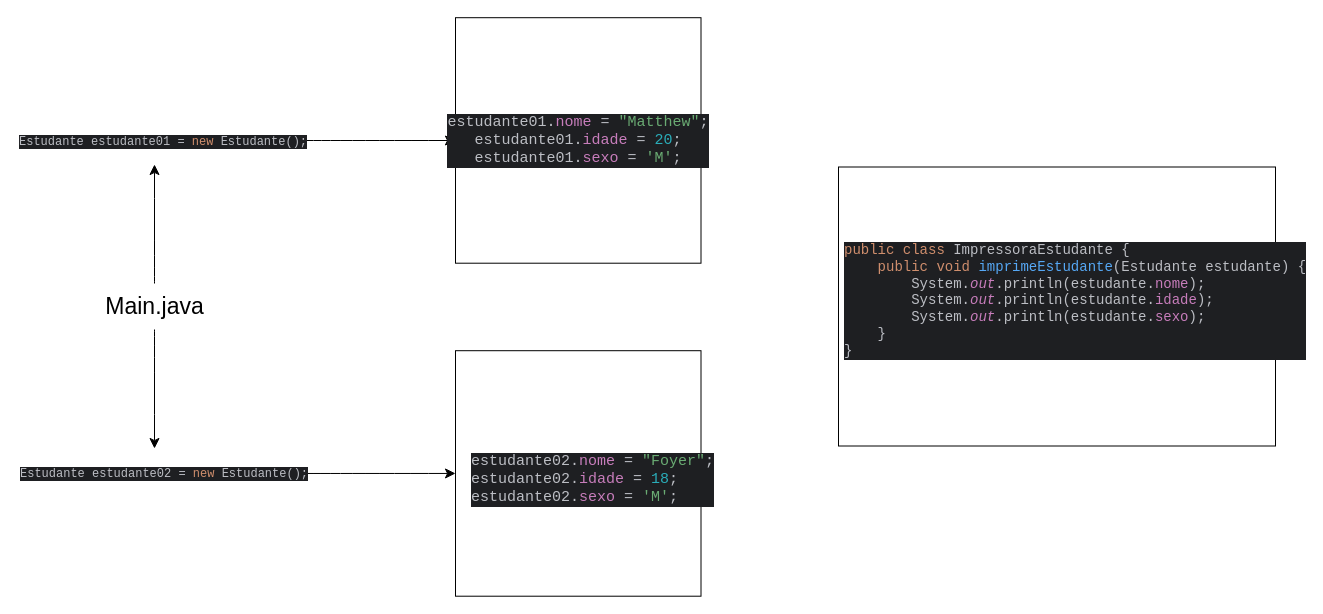
This is parametros_tipo_referencia.drawio from mateus-s-a/Aprendizado-Java, a draw.io file, before an edit. Source tidied: cells renumbered, new cells numbered last; positions are measured from the earlier drawing's top-left corner, leaving out a move shared by most shapes. Both pictures are drawn from the tidied source at 100%, with x=0, y=0 at pixel (17, 17).
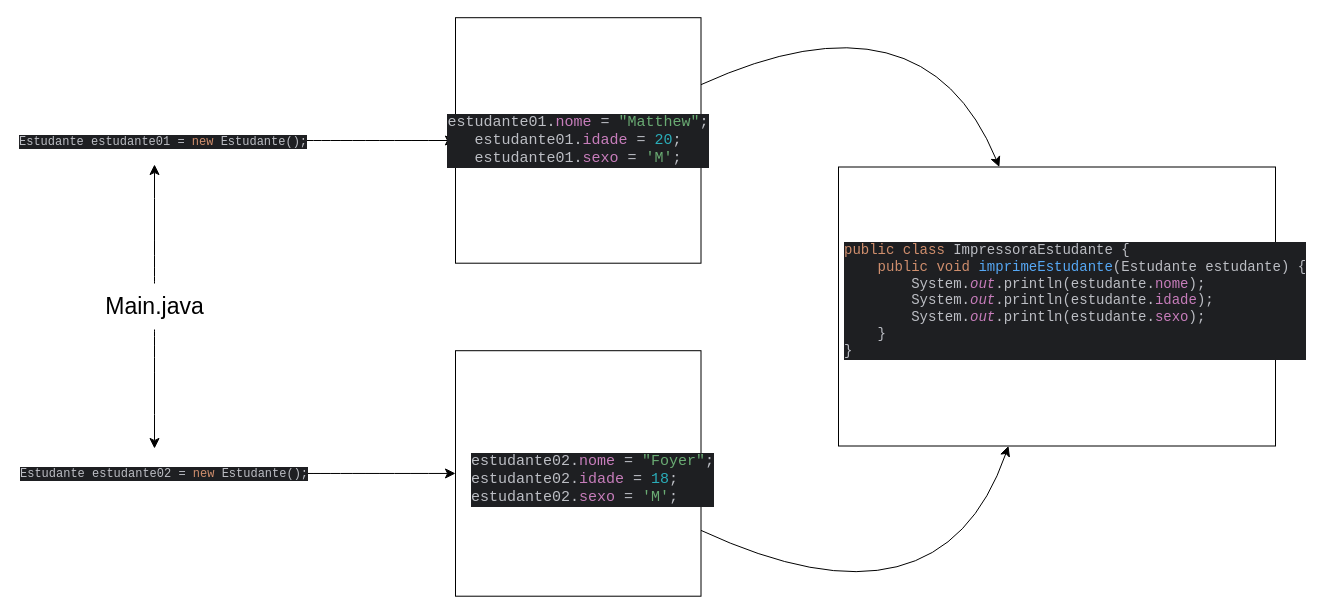
Above is the later version.

The edit, as a diff of the source:
```diff
@@
 <mxGraphModel>
   <root>
     <mxCell id="0" />
     <mxCell id="1" parent="0" />
     <mxCell id="2" style="edgeStyle=none;curved=1;rounded=0;orthogonalLoop=1;jettySize=auto;html=1;fontSize=12;startSize=8;endSize=8;" parent="1" edge="1">
       <mxGeometry relative="1" as="geometry">
         <mxPoint x="274" y="123" as="sourcePoint" />
         <mxPoint x="438" y="123" as="targetPoint" />
       </mxGeometry>
     </mxCell>
     <mxCell id="3" value="&lt;div style=&quot;background-color:#1e1f22;color:#bcbec4&quot;&gt;&lt;pre style=&quot;font-family:'JetBrains Mono',monospace;font-size:9,8pt;&quot;&gt;Estudante estudante01 = &lt;span style=&quot;color:#cf8e6d;&quot;&gt;new &lt;/span&gt;Estudante();&lt;/pre&gt;&lt;/div&gt;" style="text;whiteSpace=wrap;html=1;" parent="1" vertex="1">
       <mxGeometry y="99" width="274" height="48" as="geometry" />
     </mxCell>
     <mxCell id="4" style="edgeStyle=none;curved=1;rounded=0;jettySize=auto;html=1;fontSize=12;startSize=8;endSize=8;entryX=0;entryY=0.5;entryDx=0;entryDy=0;" parent="1" edge="1" source="5" target="7">
       <mxGeometry relative="1" as="geometry" />
     </mxCell>
     <mxCell id="5" value="&lt;div style=&quot;background-color:#1e1f22;color:#bcbec4&quot;&gt;&lt;pre style=&quot;font-family:'JetBrains Mono',monospace;font-size:9,8pt;&quot;&gt;Estudante estudante02 = &lt;span style=&quot;color:#cf8e6d;&quot;&gt;new &lt;/span&gt;Estudante();&lt;br&gt;&lt;/pre&gt;&lt;/div&gt;" style="text;whiteSpace=wrap;html=1;" parent="1" vertex="1">
       <mxGeometry x="0.5" y="431" width="273" height="50" as="geometry" />
     </mxCell>
+    <mxCell id="14" style="edgeStyle=none;curved=1;rounded=0;jettySize=auto;html=1;fontSize=12;startSize=8;endSize=8;" parent="1" edge="1" source="6" target="12">
+      <mxGeometry relative="1" as="geometry">
+        <Array as="points">
+          <mxPoint x="906" y="-34" />
+        </Array>
+      </mxGeometry>
+    </mxCell>
     <mxCell id="6" value="&lt;div style=&quot;background-color: rgb(30, 31, 34); color: rgb(188, 190, 196);&quot;&gt;&lt;pre style=&quot;font-family:'JetBrains Mono',monospace;font-size:9,8pt;&quot;&gt;&lt;font style=&quot;font-size: 15px;&quot;&gt;estudante01.&lt;span style=&quot;color: rgb(199, 125, 187);&quot;&gt;nome &lt;/span&gt;= &lt;span style=&quot;color: rgb(106, 171, 115);&quot;&gt;&quot;Matthew&quot;&lt;/span&gt;;&lt;br&gt;estudante01.&lt;span style=&quot;color: rgb(199, 125, 187);&quot;&gt;idade &lt;/span&gt;= &lt;span style=&quot;color: rgb(42, 172, 184);&quot;&gt;20&lt;/span&gt;;&lt;br&gt;estudante01.&lt;span style=&quot;color: rgb(199, 125, 187);&quot;&gt;sexo &lt;/span&gt;= &lt;span style=&quot;color: rgb(106, 171, 115);&quot;&gt;'M'&lt;/span&gt;;&lt;/font&gt;&lt;/pre&gt;&lt;/div&gt;" style="whiteSpace=wrap;html=1;" parent="1" vertex="1">
       <mxGeometry x="438" y="0.2" width="245.5" height="245.5" as="geometry" />
     </mxCell>
+    <mxCell id="15" style="edgeStyle=none;curved=1;rounded=0;jettySize=auto;html=1;fontSize=12;startSize=8;endSize=8;" parent="1" edge="1" source="7" target="12">
+      <mxGeometry relative="1" as="geometry">
+        <Array as="points">
+          <mxPoint x="923" y="624" />
+        </Array>
+      </mxGeometry>
+    </mxCell>
     <mxCell id="7" style="whiteSpace=wrap;html=1;" parent="1" vertex="1">
       <mxGeometry x="438" y="333.2" width="245.5" height="245.5" as="geometry" />
     </mxCell>
     <mxCell id="8" value="&lt;div style=&quot;background-color: rgb(30, 31, 34); color: rgb(188, 190, 196);&quot;&gt;&lt;pre style=&quot;font-family:'JetBrains Mono',monospace;font-size:9,8pt;&quot;&gt;&lt;font style=&quot;font-size: 15px;&quot;&gt;estudante02.&lt;span style=&quot;color: rgb(199, 125, 187);&quot;&gt;nome &lt;/span&gt;= &lt;span style=&quot;color: rgb(106, 171, 115);&quot;&gt;&quot;Foyer&quot;&lt;/span&gt;;&lt;br&gt;estudante02.&lt;span style=&quot;color: rgb(199, 125, 187);&quot;&gt;idade &lt;/span&gt;= &lt;span style=&quot;color: rgb(42, 172, 184);&quot;&gt;18&lt;/span&gt;;&lt;br&gt;estudante02.&lt;span style=&quot;color: rgb(199, 125, 187);&quot;&gt;sexo &lt;/span&gt;= &lt;span style=&quot;color: rgb(106, 171, 115);&quot;&gt;'M'&lt;/span&gt;;&lt;/font&gt;&lt;/pre&gt;&lt;/div&gt;" style="text;whiteSpace=wrap;html=1;" parent="1" vertex="1">
       <mxGeometry x="452" y="417" width="206" height="90" as="geometry" />
     </mxCell>
     <mxCell id="9" style="edgeStyle=none;curved=1;rounded=0;jettySize=auto;html=1;entryX=0.5;entryY=1;entryDx=0;entryDy=0;fontSize=12;startSize=8;endSize=8;" parent="1" edge="1" source="11" target="3">
       <mxGeometry relative="1" as="geometry" />
     </mxCell>
     <mxCell id="10" style="edgeStyle=none;curved=1;rounded=0;jettySize=auto;html=1;entryX=0.5;entryY=0;entryDx=0;entryDy=0;fontSize=12;startSize=8;endSize=8;" parent="1" edge="1" source="11" target="5">
       <mxGeometry relative="1" as="geometry" />
     </mxCell>
     <mxCell id="11" value="&lt;font style=&quot;font-size: 23px;&quot;&gt;Main.java&lt;/font&gt;" style="text;strokeColor=none;align=center;fillColor=none;html=1;verticalAlign=middle;whiteSpace=wrap;rounded=0;fontSize=16;" parent="1" vertex="1">
       <mxGeometry x="81.5" y="266" width="111" height="46" as="geometry" />
     </mxCell>
     <mxCell id="12" style="rounded=0;whiteSpace=wrap;html=1;" parent="1" vertex="1">
       <mxGeometry x="821" y="149.5" width="437" height="279" as="geometry" />
     </mxCell>
     <mxCell id="13" value="&lt;div style=&quot;background-color: rgb(30, 31, 34); color: rgb(188, 190, 196);&quot;&gt;&lt;pre style=&quot;font-family:'JetBrains Mono',monospace;font-size:9,8pt;&quot;&gt;&lt;font style=&quot;font-size: 14px;&quot;&gt;&lt;span style=&quot;color: rgb(207, 142, 109);&quot;&gt;public class &lt;/span&gt;ImpressoraEstudante {&lt;br&gt;    &lt;span style=&quot;color: rgb(207, 142, 109);&quot;&gt;public void &lt;/span&gt;&lt;span style=&quot;color: rgb(86, 168, 245);&quot;&gt;imprimeEstudante&lt;/span&gt;(Estudante estudante) {&lt;br&gt;        System.&lt;span style=&quot;color: rgb(199, 125, 187); font-style: italic;&quot;&gt;out&lt;/span&gt;.println(estudante.&lt;span style=&quot;color: rgb(199, 125, 187);&quot;&gt;nome&lt;/span&gt;);        &lt;br&gt;        System.&lt;span style=&quot;color: rgb(199, 125, 187); font-style: italic;&quot;&gt;out&lt;/span&gt;.println(estudante.&lt;span style=&quot;color: rgb(199, 125, 187);&quot;&gt;idade&lt;/span&gt;);        &lt;br&gt;        System.&lt;span style=&quot;color: rgb(199, 125, 187); font-style: italic;&quot;&gt;out&lt;/span&gt;.println(estudante.&lt;span style=&quot;color: rgb(199, 125, 187);&quot;&gt;sexo&lt;/span&gt;);        &lt;br&gt;    }&lt;br&gt;}&lt;/font&gt;&lt;/pre&gt;&lt;/div&gt;" style="text;whiteSpace=wrap;html=1;" parent="1" vertex="1">
       <mxGeometry x="825" y="206" width="366" height="122" as="geometry" />
     </mxCell>
   </root>
 </mxGraphModel>
```
